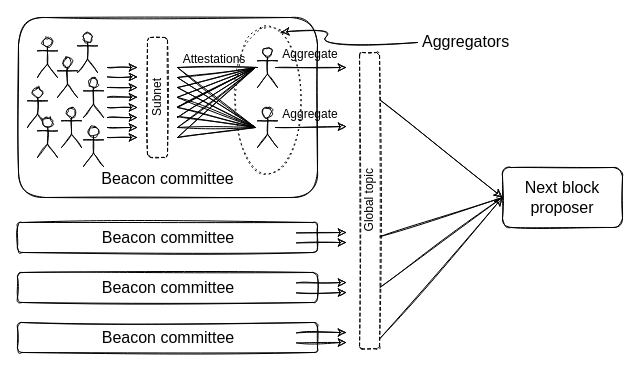
The draw.io diagram src/diagrams/aggregators.drawio in benjaminion/upgrading-ethereum-book, before the edit. Source tidied: cells renumbered, new cells numbered last; positions are measured from the earlier drawing's top-left corner, leaving out a move shared by most shapes. Both pictures are drawn from the tidied source at 100%, with x=0, y=0 at pixel (17, 17).
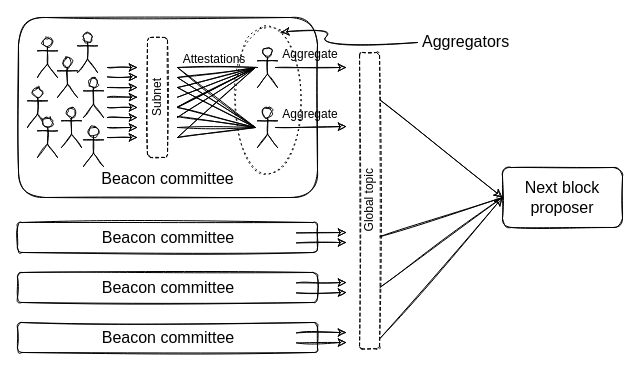
The same page after the edit.

Change to the diagram source:
```diff
@@
-    <mxCell id="29" style="endArrow=none;html=1;sketch=1;endFill=0;" parent="1" edge="1">
-      <mxGeometry relative="1" as="geometry">
-        <mxPoint x="160" y="110" as="sourcePoint" />
-        <mxPoint x="238" y="50" as="targetPoint" />
-      </mxGeometry>
-    </mxCell>
@@
-    <mxCell id="34" style="endArrow=none;html=1;sketch=1;endFill=0;" parent="1" edge="1">
-      <mxGeometry relative="1" as="geometry">
-        <mxPoint x="160" y="80" as="sourcePoint" />
-        <mxPoint x="238" y="110" as="targetPoint" />
-      </mxGeometry>
-    </mxCell>
```
